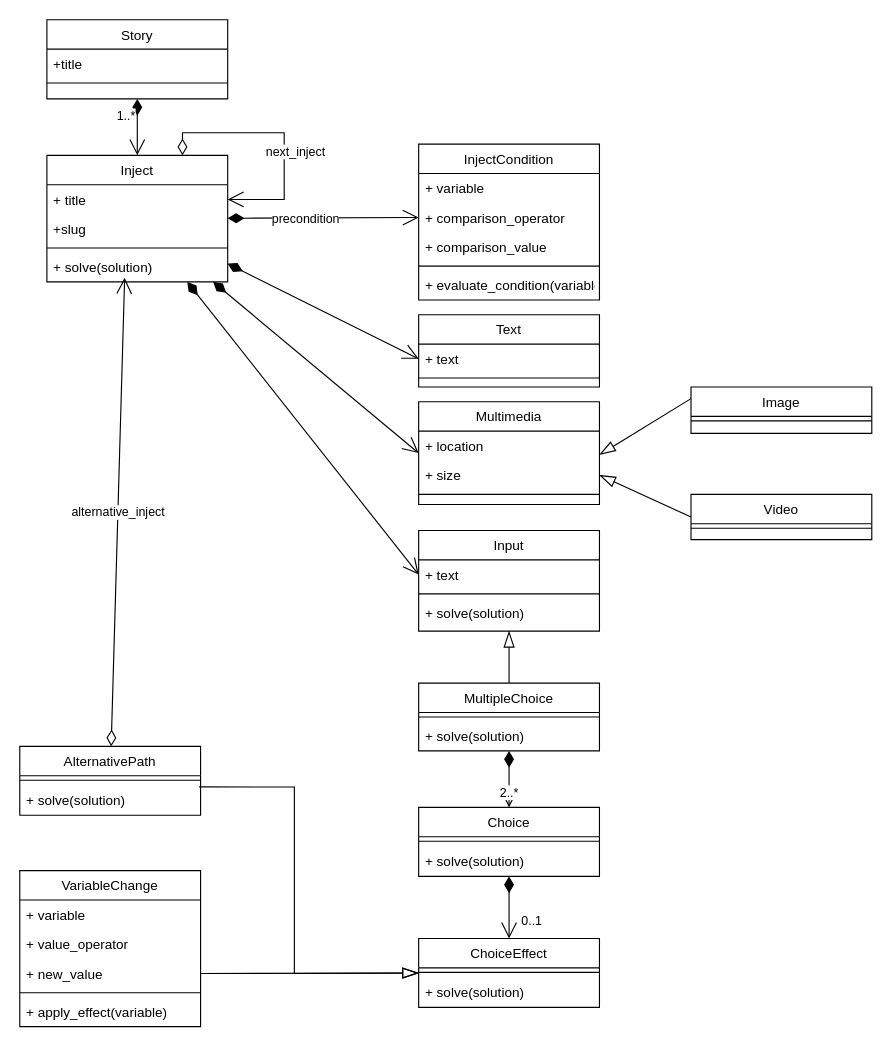
This is page "Story_alternative_4.2" (9 of 10) of artefacts/static_view/class diagram.drawio from Elias-Ladenburger/CSEP, a draw.io file, before an edit. Source tidied: cells renumbered, new cells numbered last; positions are measured from the earlier drawing's top-left corner, leaving out a move shared by most shapes. Both pictures are drawn from the tidied source at 113%, with x=0, y=0 at pixel (19, 19).
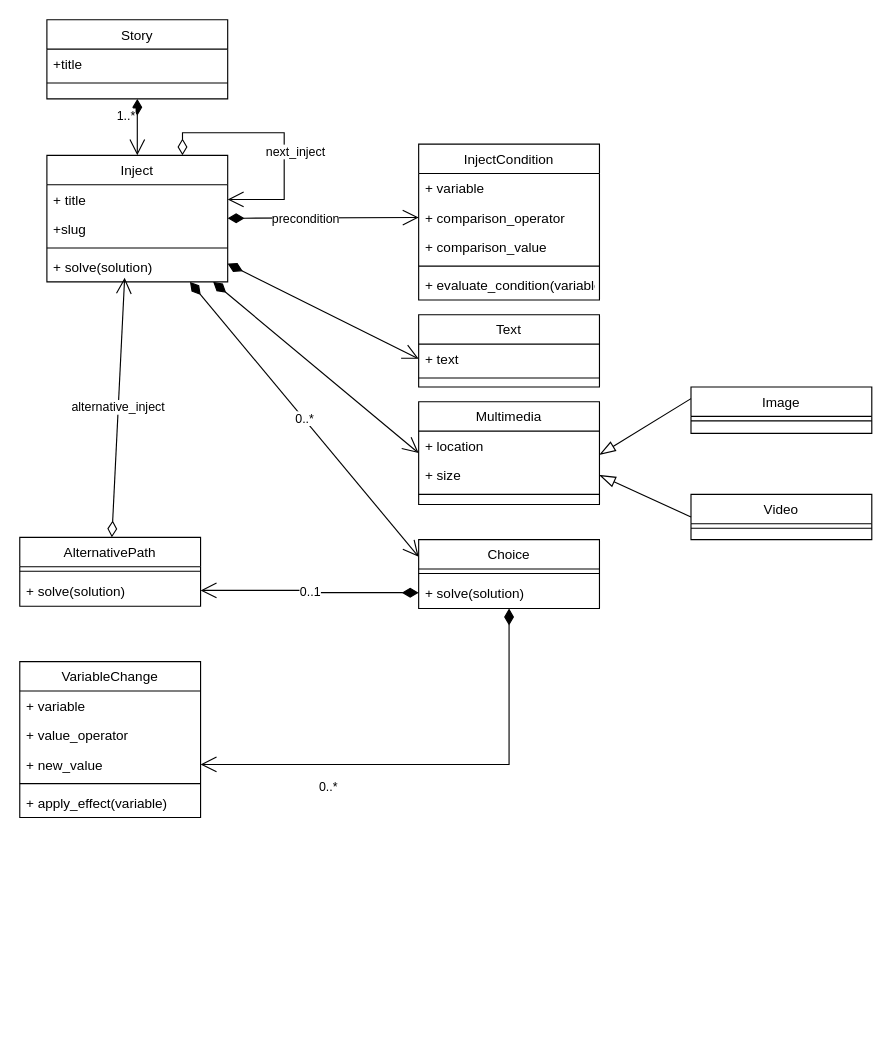
After the change.

The change refers to these unchanged cells:
```xml
<mxCell id="11" value="Inject" style="swimlane;fontStyle=0;align=center;verticalAlign=top;horizontal=1;startSize=26;rounded=0;shadow=0;strokeWidth=1;" parent="1" vertex="1">
  <mxGeometry x="24" y="120" width="160" height="112" as="geometry" />
</mxCell>
<mxCell id="31" value="+ solve(solution)" style="text;align=left;verticalAlign=top;spacingLeft=4;spacingRight=4;overflow=hidden;points=[[0,0.5],[1,0.5]];portConstraint=eastwest;rounded=0;shadow=0;html=0;" parent="29" vertex="1">
  <mxGeometry y="34" width="160" height="26" as="geometry" />
</mxCell>
<mxCell id="52" value="+ new_value" style="text;align=left;verticalAlign=top;spacingLeft=4;spacingRight=4;overflow=hidden;points=[[0,0.5],[1,0.5]];portConstraint=eastwest;rounded=0;shadow=0;html=0;" parent="49" vertex="1">
  <mxGeometry y="78" width="160" height="26" as="geometry" />
</mxCell>
<mxCell id="63" value="+ solve(solution)" style="text;align=left;verticalAlign=top;spacingLeft=4;spacingRight=4;overflow=hidden;points=[[0,0.5],[1,0.5]];portConstraint=eastwest;rounded=0;shadow=0;html=0;" parent="61" vertex="1">
  <mxGeometry y="34" width="160" height="26" as="geometry" />
</mxCell>
```

The edit, as a diff of the source:
```diff
@@
-    <mxCell id="10" style="rounded=0;jettySize=auto;html=1;entryX=0;entryY=0.5;entryDx=0;entryDy=0;startArrow=diamondThin;startFill=1;endArrow=open;endFill=0;startSize=12;endSize=12;" parent="1" edge="1" source="11" target="40">
+    <mxCell id="10" value="0..*" style="rounded=0;jettySize=auto;html=1;entryX=0;entryY=0.25;entryDx=0;entryDy=0;startArrow=diamondThin;startFill=1;endArrow=open;endFill=0;startSize=12;endSize=12;" parent="1" edge="1" source="11" target="29">
       <mxGeometry relative="1" as="geometry" />
     </mxCell>
@@
-    <mxCell id="17" value="2..*" style="rounded=0;jettySize=auto;html=1;startArrow=diamondThin;startFill=1;endArrow=open;endFill=0;startSize=12;endSize=12;entryX=0.5;entryY=0;entryDx=0;entryDy=0;" parent="1" edge="1" source="18" target="29">
-      <mxGeometry x="0.49" relative="1" as="geometry" />
-    </mxCell>
-    <mxCell id="18" value="MultipleChoice" style="swimlane;fontStyle=0;align=center;verticalAlign=top;horizontal=1;startSize=26;rounded=0;shadow=0;strokeWidth=1;" parent="1" vertex="1">
-      <mxGeometry x="353" y="587" width="160" height="60" as="geometry" />
-    </mxCell>
-    <mxCell id="19" style="line;html=1;strokeWidth=1;align=left;verticalAlign=middle;spacingTop=-1;spacingLeft=3;spacingRight=3;labelPosition=right;" parent="18" vertex="1">
-      <mxGeometry y="26" width="160" height="8" as="geometry" />
-    </mxCell>
-    <mxCell id="20" value="+ solve(solution)" style="text;align=left;verticalAlign=top;spacingLeft=4;spacingRight=4;overflow=hidden;rounded=0;shadow=0;html=0;" parent="18" vertex="1">
-      <mxGeometry y="34" width="160" height="26" as="geometry" />
-    </mxCell>
@@
-    <mxCell id="28" value="0..1" style="edgeStyle=none;rounded=0;jettySize=auto;html=1;entryX=0.5;entryY=0;entryDx=0;entryDy=0;startArrow=diamondThin;startFill=1;endArrow=open;endFill=0;endSize=12;startSize=12;" parent="1" edge="1" source="29" target="57">
-      <mxGeometry x="0.45" y="20" relative="1" as="geometry" />
+    <mxCell id="28" value="0..*" style="edgeStyle=none;rounded=0;jettySize=auto;html=1;entryX=1;entryY=0.5;entryDx=0;entryDy=0;startArrow=diamondThin;startFill=1;endArrow=open;endFill=0;endSize=12;startSize=12;" parent="1" edge="1" source="29" target="52">
+      <mxGeometry x="0.45" y="20" relative="1" as="geometry">
+        <Array as="points">
+          <mxPoint x="433" y="659" />
+        </Array>
+      </mxGeometry>
     </mxCell>
     <mxCell id="29" value="Choice" style="swimlane;fontStyle=0;align=center;verticalAlign=top;horizontal=1;startSize=26;rounded=0;shadow=0;strokeWidth=1;" parent="1" vertex="1">
-      <mxGeometry x="353" y="697" width="160" height="61" as="geometry" />
+      <mxGeometry x="353" y="460" width="160" height="61" as="geometry" />
     </mxCell>
@@
-    <mxCell id="38" style="edgeStyle=orthogonalEdgeStyle;rounded=0;jettySize=auto;html=1;entryX=0.5;entryY=0;entryDx=0;entryDy=0;startArrow=blockThin;startFill=0;endArrow=none;endFill=0;startSize=12;endSize=12;" parent="1" edge="1" source="39" target="18">
-      <mxGeometry relative="1" as="geometry" />
-    </mxCell>
-    <mxCell id="39" value="Input" style="swimlane;fontStyle=0;align=center;verticalAlign=top;horizontal=1;startSize=26;rounded=0;shadow=0;strokeWidth=1;" parent="1" vertex="1">
-      <mxGeometry x="353" y="452" width="160" height="89" as="geometry" />
-    </mxCell>
-    <mxCell id="40" value="+ text" style="text;align=left;verticalAlign=top;spacingLeft=4;spacingRight=4;overflow=hidden;points=[[0,0.5],[1,0.5]];portConstraint=eastwest;rounded=0;shadow=0;html=0;" parent="39" vertex="1">
-      <mxGeometry y="26" width="160" height="26" as="geometry" />
-    </mxCell>
-    <mxCell id="41" style="line;html=1;strokeWidth=1;align=left;verticalAlign=middle;spacingTop=-1;spacingLeft=3;spacingRight=3;labelPosition=right;" parent="39" vertex="1">
-      <mxGeometry y="52" width="160" height="8" as="geometry" />
-    </mxCell>
-    <mxCell id="42" value="+ solve(solution)" style="text;align=left;verticalAlign=top;spacingLeft=4;spacingRight=4;overflow=hidden;rounded=0;shadow=0;html=0;" parent="39" vertex="1">
-      <mxGeometry y="60" width="160" height="26" as="geometry" />
-    </mxCell>
@@
     <mxCell id="49" value="VariableChange" style="swimlane;fontStyle=0;align=center;verticalAlign=top;horizontal=1;startSize=26;rounded=0;shadow=0;strokeWidth=1;" parent="1" vertex="1">
-      <mxGeometry y="753" width="160" height="138" as="geometry" />
+      <mxGeometry y="568" width="160" height="138" as="geometry" />
     </mxCell>
@@
-    <mxCell id="55" style="edgeStyle=none;rounded=0;jettySize=auto;html=1;entryX=0.992;entryY=0.072;entryDx=0;entryDy=0;entryPerimeter=0;startArrow=blockThin;startFill=0;endArrow=none;endFill=0;startSize=12;endSize=12;exitX=0;exitY=0.5;exitDx=0;exitDy=0;" parent="1" edge="1" source="57" target="63">
-      <mxGeometry relative="1" as="geometry">
-        <Array as="points">
-          <mxPoint x="243" y="844" />
-          <mxPoint x="243" y="679" />
-        </Array>
-      </mxGeometry>
-    </mxCell>
-    <mxCell id="56" style="edgeStyle=none;rounded=0;jettySize=auto;html=1;entryX=1;entryY=0.5;entryDx=0;entryDy=0;startArrow=blockThin;startFill=0;endArrow=none;endFill=0;startSize=12;endSize=12;" parent="1" edge="1" source="57" target="52">
-      <mxGeometry relative="1" as="geometry" />
-    </mxCell>
-    <mxCell id="57" value="ChoiceEffect" style="swimlane;fontStyle=0;align=center;verticalAlign=top;horizontal=1;startSize=26;rounded=0;shadow=0;strokeWidth=1;" parent="1" vertex="1">
-      <mxGeometry x="353" y="813" width="160" height="61" as="geometry" />
-    </mxCell>
-    <mxCell id="58" style="line;html=1;strokeWidth=1;align=left;verticalAlign=middle;spacingTop=-1;spacingLeft=3;spacingRight=3;labelPosition=right;" parent="57" vertex="1">
-      <mxGeometry y="26" width="160" height="8" as="geometry" />
-    </mxCell>
-    <mxCell id="59" value="+ solve(solution)" style="text;align=left;verticalAlign=top;spacingLeft=4;spacingRight=4;overflow=hidden;rounded=0;shadow=0;html=0;" parent="57" vertex="1">
-      <mxGeometry y="34" width="160" height="26" as="geometry" />
-    </mxCell>
@@
     <mxCell id="61" value="AlternativePath" style="swimlane;fontStyle=0;align=center;verticalAlign=top;horizontal=1;startSize=26;rounded=0;shadow=0;strokeWidth=1;" parent="1" vertex="1">
-      <mxGeometry y="643" width="160" height="61" as="geometry" />
+      <mxGeometry y="458" width="160" height="61" as="geometry" />
     </mxCell>
@@
+    <mxCell id="64" value="0..1" style="edgeStyle=orthogonalEdgeStyle;rounded=0;jettySize=auto;html=1;entryX=1;entryY=0.5;entryDx=0;entryDy=0;startArrow=diamondThin;startFill=1;endSize=12;startSize=12;endArrow=open;endFill=0;" parent="1" edge="1" source="31" target="63">
+      <mxGeometry relative="1" as="geometry" />
+    </mxCell>
```
